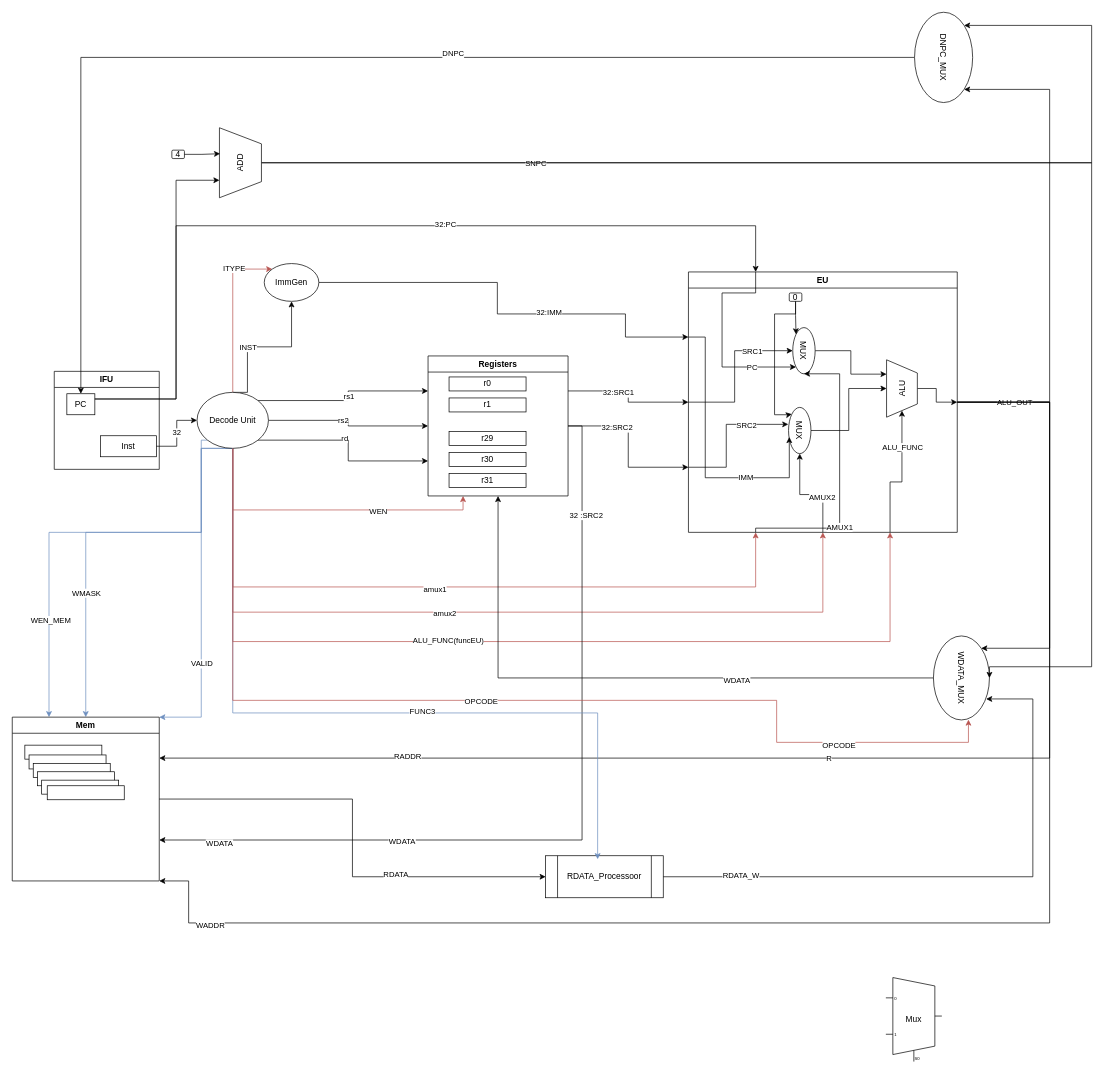
rand-kcs/cpu-design keeps this draw.io diagram as page "第 1 页" (1 of 3) of cpu.drawio. Above is the earlier version. Source tidied: cells renumbered, new cells numbered last; positions are measured from the earlier drawing's top-left corner, leaving out a move shared by most shapes. Both pictures are drawn from the tidied source at 70%, with x=0, y=0 at pixel (12, 25).
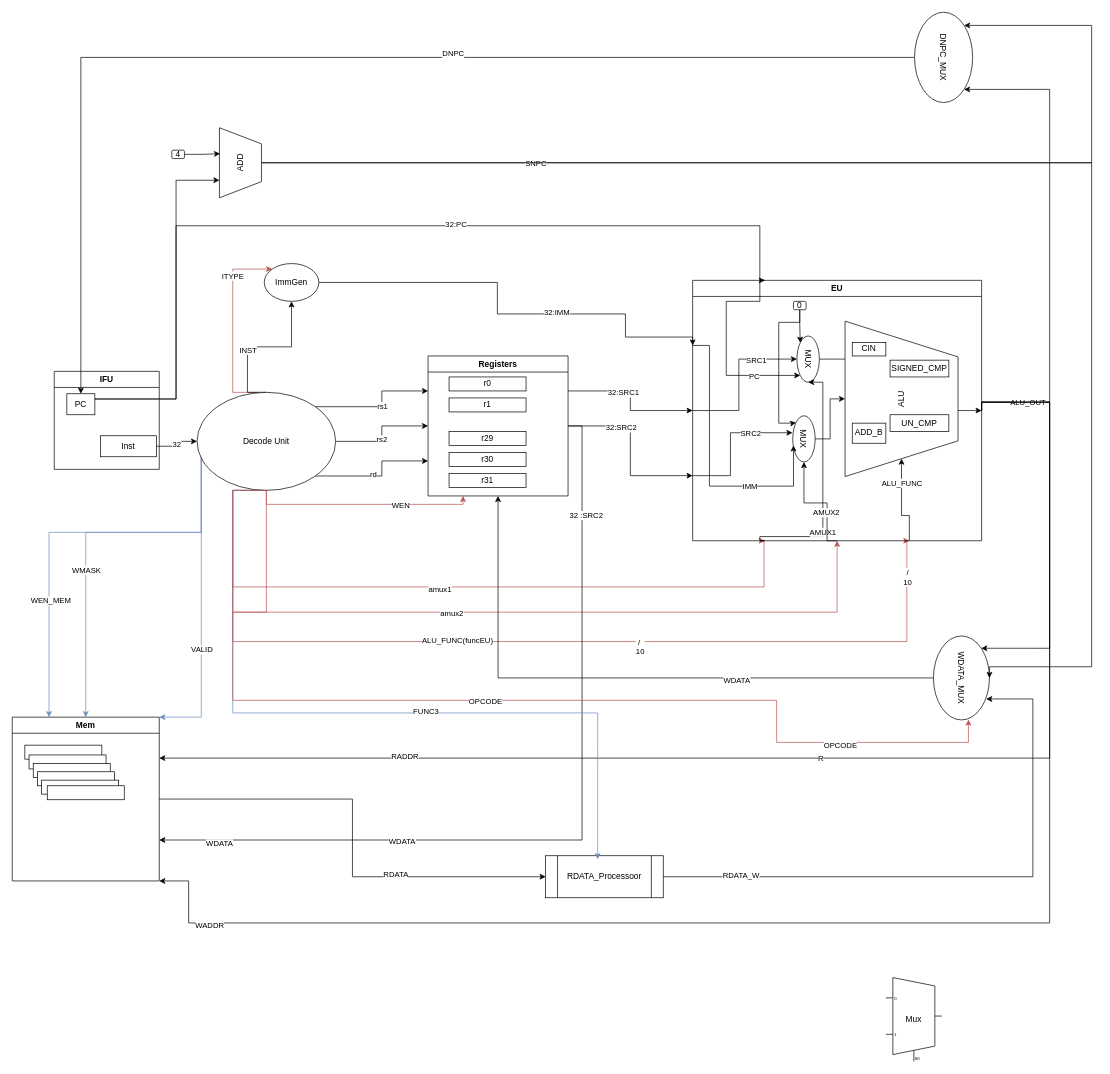
Above is the later version.

Commit message:
实现R-type, Itype: 具体化ALU功能

The change refers to these unchanged cells:
```xml
<mxCell id="3" value="PC" style="rounded=0;whiteSpace=wrap;html=1;" parent="2" vertex="1">
  <mxGeometry x="18" y="32" width="40" height="30" as="geometry" />
</mxCell>
<mxCell id="67" value="MUX" style="ellipse;whiteSpace=wrap;html=1;rotation=90;" parent="65" vertex="1">
  <mxGeometry x="132" y="96.5" width="66" height="32" as="geometry" />
</mxCell>
```

What changed in the source:
```diff
@@
     <mxCell id="17" style="edgeStyle=orthogonalEdgeStyle;rounded=0;jettySize=auto;html=1;exitX=0.5;exitY=1;exitDx=0;exitDy=0;entryX=0.25;entryY=1;entryDx=0;entryDy=0;fillColor=#f8cecc;strokeColor=#b85450;" parent="1" edge="1" source="29" target="65">
       <mxGeometry relative="1" as="geometry">
         <Array as="points">
           <mxPoint x="315" y="802" />
-          <mxPoint x="1062" y="802" />
+          <mxPoint x="1074" y="802" />
+          <mxPoint x="1074" y="736" />
         </Array>
       </mxGeometry>
     </mxCell>
@@
     <mxCell id="21" style="edgeStyle=orthogonalEdgeStyle;rounded=0;jettySize=auto;html=1;exitX=0.5;exitY=1;exitDx=0;exitDy=0;entryX=0.75;entryY=1;entryDx=0;entryDy=0;fillColor=#f8cecc;strokeColor=#b85450;" parent="1" edge="1" source="29" target="65">
       <mxGeometry relative="1" as="geometry">
         <Array as="points">
           <mxPoint x="315" y="880" />
-          <mxPoint x="1254" y="880" />
+          <mxPoint x="1278" y="880" />
+          <mxPoint x="1278" y="736" />
         </Array>
       </mxGeometry>
     </mxCell>
@@
+    <mxCell id="113" value="/&lt;div&gt;10&lt;/div&gt;" style="edgeLabel;html=1;align=center;verticalAlign=middle;" parent="21" vertex="1">
+      <mxGeometry x="0.92" relative="1" as="geometry" />
+    </mxCell>
+    <mxCell id="114" value="&lt;div&gt;&lt;br&gt;&lt;/div&gt;/&amp;nbsp;&lt;div&gt;&lt;span style=&quot;background-color: light-dark(#ffffff, var(--ge-dark-color, #121212)); color: light-dark(rgb(0, 0, 0), rgb(255, 255, 255));&quot;&gt;10&lt;/span&gt;&lt;/div&gt;" style="edgeLabel;html=1;align=center;verticalAlign=middle;" parent="21" vertex="1">
+      <mxGeometry x="0.23" relative="1" as="geometry" />
+    </mxCell>
@@
     <mxCell id="29" value="Decode Unit" style="ellipse;whiteSpace=wrap;html=1;" parent="1" vertex="1">
-      <mxGeometry x="264" y="524" width="102" height="80" as="geometry" />
+      <mxGeometry x="264" y="524" width="198" height="140" as="geometry" />
     </mxCell>
@@
     <mxCell id="65" value="EU" style="swimlane;whiteSpace=wrap;html=1;" parent="1" vertex="1">
-      <mxGeometry x="966" y="352" width="384" height="372" as="geometry" />
+      <mxGeometry x="972" y="364" width="412.8" height="372" as="geometry" />
     </mxCell>
     <mxCell id="66" style="edgeStyle=orthogonalEdgeStyle;rounded=0;jettySize=auto;html=1;exitX=0.5;exitY=0;exitDx=0;exitDy=0;entryX=0.75;entryY=0;entryDx=0;entryDy=0;" parent="65" edge="1" source="67" target="69">
-      <mxGeometry relative="1" as="geometry" />
+      <mxGeometry relative="1" as="geometry">
+        <Array as="points">
+          <mxPoint x="228" y="113" />
+          <mxPoint x="228" y="114" />
+        </Array>
+      </mxGeometry>
     </mxCell>
@@
     <mxCell id="69" value="ALU" style="verticalLabelPosition=middle;verticalAlign=middle;html=1;shape=trapezoid;perimeter=trapezoidPerimeter;whiteSpace=wrap;size=0.23;arcSize=10;flipV=1;labelPosition=center;align=center;rotation=-90;" parent="65" vertex="1">
-      <mxGeometry x="264" y="144.5" width="82" height="44" as="geometry" />
+      <mxGeometry x="187.4" y="88.6" width="222" height="161.4" as="geometry" />
     </mxCell>
@@
     <mxCell id="74" style="edgeStyle=orthogonalEdgeStyle;rounded=0;jettySize=auto;html=1;exitX=0.25;exitY=1;exitDx=0;exitDy=0;entryX=1;entryY=0.5;entryDx=0;entryDy=0;" parent="65" edge="1" source="65" target="67">
       <mxGeometry relative="1" as="geometry">
         <Array as="points">
+          <mxPoint x="96" y="372" />
           <mxPoint x="96" y="366" />
-          <mxPoint x="216" y="366" />
-          <mxPoint x="216" y="146" />
+          <mxPoint x="186" y="366" />
+          <mxPoint x="186" y="146" />
         </Array>
       </mxGeometry>
     </mxCell>
@@
     <mxCell id="78" style="edgeStyle=orthogonalEdgeStyle;rounded=0;jettySize=auto;html=1;exitX=0.75;exitY=1;exitDx=0;exitDy=0;entryX=0;entryY=0.5;entryDx=0;entryDy=0;" parent="65" edge="1" source="65" target="69">
       <mxGeometry relative="1" as="geometry">
         <Array as="points">
-          <mxPoint x="288" y="300" />
-          <mxPoint x="305" y="300" />
+          <mxPoint x="310" y="336" />
+          <mxPoint x="298" y="336" />
         </Array>
       </mxGeometry>
     </mxCell>
@@
+    <mxCell id="115" value="CIN" style="rounded=0;whiteSpace=wrap;html=1;" parent="65" vertex="1">
+      <mxGeometry x="228" y="88.6" width="48" height="19.4" as="geometry" />
+    </mxCell>
+    <mxCell id="116" value="ADD_B" style="rounded=0;whiteSpace=wrap;html=1;" parent="65" vertex="1">
+      <mxGeometry x="228" y="204" width="48" height="28.7" as="geometry" />
+    </mxCell>
+    <mxCell id="117" value="UN_CMP" style="rounded=0;whiteSpace=wrap;html=1;" parent="65" vertex="1">
+      <mxGeometry x="282" y="192" width="84" height="24" as="geometry" />
+    </mxCell>
-    <mxCell id="89" style="edgeStyle=orthogonalEdgeStyle;rounded=0;jettySize=auto;html=1;exitX=1;exitY=0.25;exitDx=0;exitDy=0;" parent="1" edge="1" source="3">
+    <mxCell id="89" style="edgeStyle=orthogonalEdgeStyle;rounded=0;jettySize=auto;html=1;exitX=1;exitY=0.25;exitDx=0;exitDy=0;entryX=0.25;entryY=0;entryDx=0;entryDy=0;" parent="1" edge="1" source="3" target="65">
       <mxGeometry relative="1" as="geometry">
-        <mxPoint x="1062" y="352" as="targetPoint" />
         <Array as="points">
           <mxPoint x="234" y="534" />
           <mxPoint x="234" y="286" />
-          <mxPoint x="1062" y="286" />
+          <mxPoint x="1068" y="286" />
+          <mxPoint x="1068" y="364" />
         </Array>
       </mxGeometry>
     </mxCell>
@@
+    <mxCell id="118" value="SIGNED_CMP" style="rounded=0;whiteSpace=wrap;html=1;" parent="1" vertex="1">
+      <mxGeometry x="1254" y="478" width="84" height="24" as="geometry" />
+    </mxCell>
```
